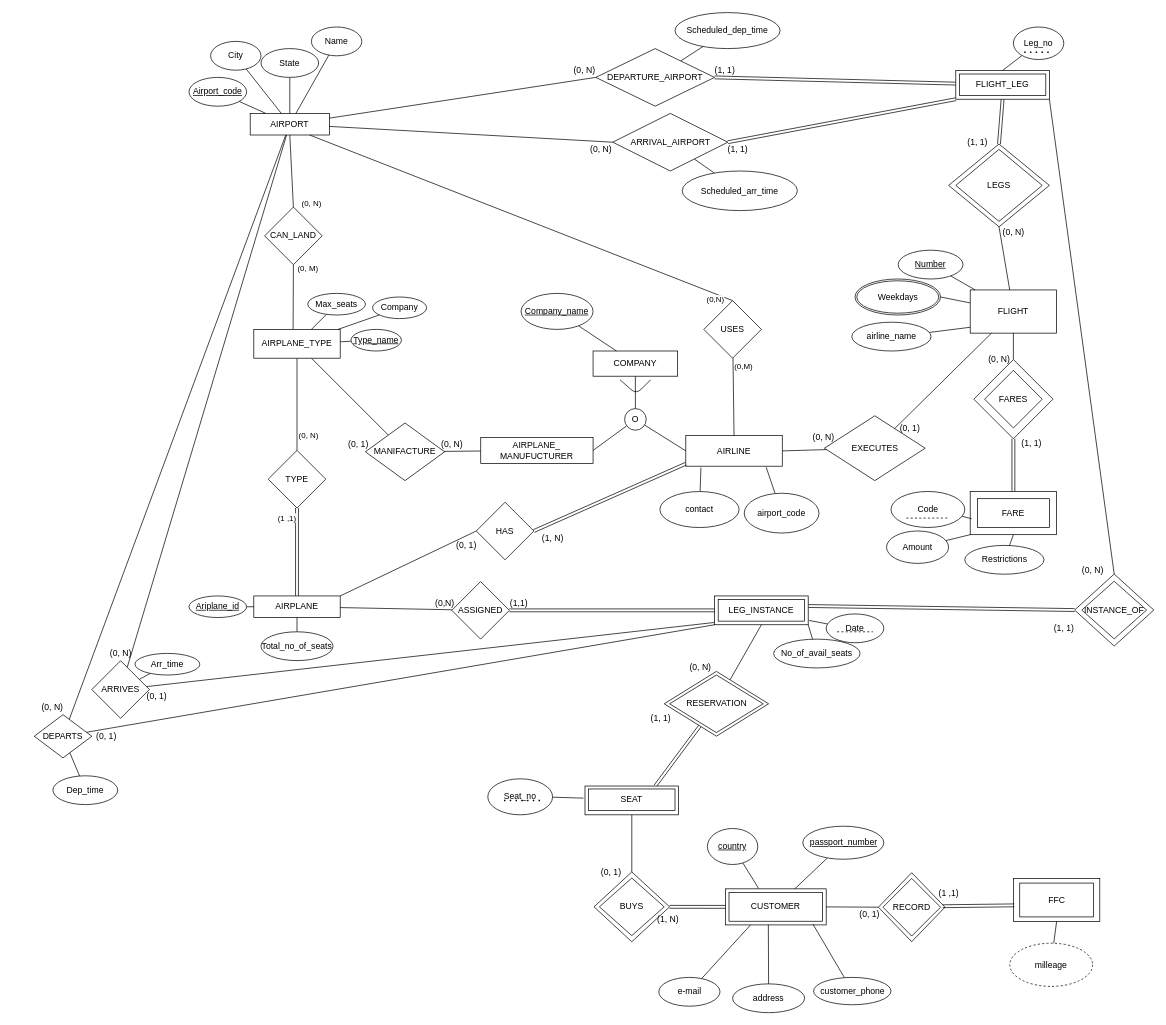
k4plumbaga/eer_diagram keeps this draw.io diagram as page "Page-1" (1 of 2) of Untitled Diagram.drawio. Above is the earlier version. Source tidied: cells renumbered, new cells numbered last; positions are measured from the earlier drawing's top-left corner, leaving out a move shared by most shapes. Both pictures are drawn from the tidied source at 72%, with x=0, y=0 at pixel (12, 12).
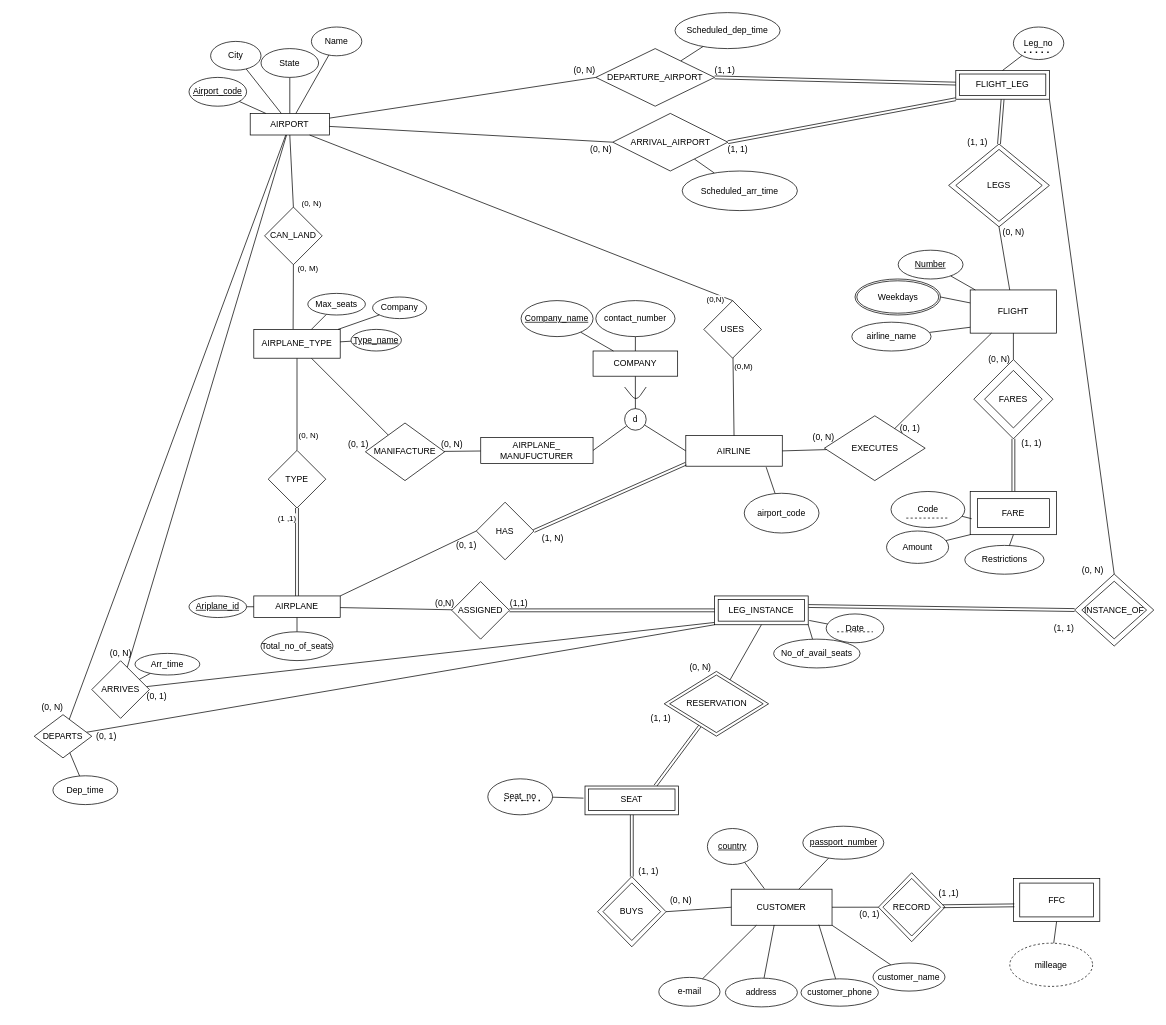
After the change.

The change refers to these unchanged cells:
```xml
<mxCell id="34" style="rounded=0;whiteSpace=wrap;html=1;shadow=0;sketch=0;fillColor=#FFFFFF;" parent="1" vertex="1">
  <mxGeometry x="795" y="1074.2" width="130" height="40" as="geometry" />
</mxCell>
<mxCell id="63" value="AIRLINE" style="rounded=0;whiteSpace=wrap;html=1;gradientColor=none;" parent="1" vertex="1">
  <mxGeometry x="935" y="587.5" width="134" height="42.5" as="geometry" />
</mxCell>
<mxCell id="71" style="group;" parent="1" vertex="1">
  <mxGeometry x="806.2" y="440" width="117.5" height="90" as="geometry" />
</mxCell>
<mxCell id="72" value="COMPANY" style="rounded=0;whiteSpace=wrap;html=1;gradientColor=none;" parent="71" vertex="1">
  <mxGeometry y="30" width="117.5" height="35" as="geometry" />
</mxCell>
```

What changed in the source:
```diff
@@
-    <mxCell id="4" style="rounded=0;whiteSpace=wrap;html=1;" parent="1" vertex="1">
-      <mxGeometry x="990" y="1217" width="140" height="50.1" as="geometry" />
+    <mxCell id="4" value="CUSTOMER" style="rounded=0;whiteSpace=wrap;html=1;" parent="1" vertex="1">
+      <mxGeometry x="998.1" y="1217.5" width="140" height="50.1" as="geometry" />
     </mxCell>
@@
-    <mxCell id="49" value="CUSTOMER" style="rounded=0;whiteSpace=wrap;html=1;" parent="1" vertex="1">
-      <mxGeometry x="995" y="1222" width="130" height="40" as="geometry" />
-    </mxCell>
-    <mxCell id="50" style="endArrow=none;html=1;entryX=0.5;entryY=1;entryDx=0;entryDy=0;exitX=0.5;exitY=0;exitDx=0;exitDy=0;" parent="1" edge="1" source="200" target="34">
-      <mxGeometry relative="1" as="geometry" />
-    </mxCell>
@@
-    <mxCell id="60" value="O" style="ellipse;whiteSpace=wrap;html=1;gradientColor=none;" parent="1" vertex="1">
+    <mxCell id="60" value="d" style="ellipse;whiteSpace=wrap;html=1;gradientColor=none;" parent="1" vertex="1">
       <mxGeometry x="850" y="550" width="30" height="30" as="geometry" />
     </mxCell>
@@
     <mxCell id="73" style="endArrow=none;html=1;" parent="71" edge="1">
       <mxGeometry relative="1" as="geometry">
-        <mxPoint x="37.5" y="70" as="sourcePoint" />
-        <mxPoint x="80" y="70" as="targetPoint" />
+        <mxPoint x="43.8" y="80" as="sourcePoint" />
+        <mxPoint x="73.8" y="80" as="targetPoint" />
         <Array as="points">
-          <mxPoint x="60" y="90" />
+          <mxPoint x="59.8" y="100" />
         </Array>
       </mxGeometry>
     </mxCell>
@@
     <mxCell id="75" value="&lt;u&gt;Company_name&lt;/u&gt;" style="ellipse;whiteSpace=wrap;html=1;gradientColor=none;" parent="1" vertex="1">
-      <mxGeometry x="706.2" y="390" width="100" height="50" as="geometry" />
+      <mxGeometry x="706.2" y="400" width="100" height="50" as="geometry" />
     </mxCell>
@@
-    <mxCell id="90" style="endArrow=none;html=1;exitX=0.157;exitY=1.047;exitDx=0;exitDy=0;exitPerimeter=0;" parent="1" edge="1" source="63" target="91">
+    <mxCell id="90" style="endArrow=none;html=1;exitX=0.5;exitY=0;exitDx=0;exitDy=0;" parent="1" edge="1" source="72" target="91">
       <mxGeometry relative="1" as="geometry" />
     </mxCell>
-    <mxCell id="91" value="contact" style="ellipse;whiteSpace=wrap;html=1;gradientColor=none;" parent="1" vertex="1">
-      <mxGeometry x="899" y="665.2" width="110" height="50" as="geometry" />
+    <mxCell id="91" value="contact_number" style="ellipse;whiteSpace=wrap;html=1;gradientColor=none;" parent="1" vertex="1">
+      <mxGeometry x="810" y="400" width="110" height="50" as="geometry" />
     </mxCell>
@@
-    <mxCell id="101" style="shape=link;html=1;entryX=0;entryY=0.5;entryDx=0;entryDy=0;exitX=1;exitY=0.5;exitDx=0;exitDy=0;" parent="1" edge="1" source="200" target="4">
-      <mxGeometry relative="1" as="geometry" />
-    </mxCell>
@@
     <mxCell id="104" value="address" style="ellipse;whiteSpace=wrap;html=1;gradientColor=none;" parent="1" vertex="1">
-      <mxGeometry x="1000" y="1349" width="100" height="40" as="geometry" />
+      <mxGeometry x="990" y="1341" width="100" height="40" as="geometry" />
     </mxCell>
     <mxCell id="105" value="customer_phone" style="ellipse;whiteSpace=wrap;html=1;gradientColor=none;" parent="1" vertex="1">
-      <mxGeometry x="1112.5" y="1340" width="107.5" height="38" as="geometry" />
+      <mxGeometry x="1095" y="1342" width="107.5" height="38" as="geometry" />
     </mxCell>
@@
-    <mxCell id="199" style="group;" parent="1" vertex="1">
-      <mxGeometry x="807.5" y="1184.2" width="127.5" height="106.3" as="geometry" />
-    </mxCell>
-    <mxCell id="200" style="rhombus;whiteSpace=wrap;html=1;gradientColor=none;" parent="199" vertex="1">
-      <mxGeometry y="9.3" width="105" height="97" as="geometry" />
-    </mxCell>
+    <mxCell id="204" style="group;" parent="1" vertex="1">
+      <mxGeometry x="812.5" y="1200" width="95" height="97.5" as="geometry" />
+    </mxCell>
+    <mxCell id="205" style="rhombus;whiteSpace=wrap;html=1;" parent="204" vertex="1">
+      <mxGeometry width="95" height="97.5" as="geometry" />
+    </mxCell>
-    <mxCell id="201" value="BUYS" style="rhombus;whiteSpace=wrap;html=1;" parent="199" vertex="1">
-      <mxGeometry x="7.5" y="17.8" width="90" height="80" as="geometry" />
+    <mxCell id="201" value="BUYS" style="rhombus;whiteSpace=wrap;html=1;rotation=0;" parent="204" vertex="1">
+      <mxGeometry x="7.5" y="8.7" width="80" height="80" as="geometry" />
     </mxCell>
-    <mxCell id="202" value="(0, 1)" style="text;html=1;align=center;verticalAlign=middle;" parent="199" vertex="1">
-      <mxGeometry x="3.8" width="40" height="20" as="geometry" />
-    </mxCell>
-    <mxCell id="203" value="(1, N)" style="text;html=1;align=center;verticalAlign=middle;" parent="199" vertex="1">
-      <mxGeometry x="77.5" y="65.9" width="50" height="20" as="geometry" />
-    </mxCell>
+    <mxCell id="206" style="shape=link;html=1;entryX=0.5;entryY=1;entryDx=0;entryDy=0;exitX=0.5;exitY=0;exitDx=0;exitDy=0;" parent="1" edge="1" source="205" target="34">
+      <mxGeometry relative="1" as="geometry" />
+    </mxCell>
+    <mxCell id="207" style="endArrow=none;html=1;exitX=1;exitY=0.5;exitDx=0;exitDy=0;entryX=0;entryY=0.5;entryDx=0;entryDy=0;" parent="1" edge="1" source="205" target="4">
+      <mxGeometry relative="1" as="geometry" />
+    </mxCell>
+    <mxCell id="208" value="(1, 1)" style="text;html=1;align=center;verticalAlign=middle;" parent="1" vertex="1">
+      <mxGeometry x="862.5" y="1183.2" width="40" height="20" as="geometry" />
+    </mxCell>
+    <mxCell id="209" value="(0, N)" style="text;html=1;align=center;verticalAlign=middle;" parent="1" vertex="1">
+      <mxGeometry x="902.5" y="1222.5" width="50" height="20" as="geometry" />
+    </mxCell>
+    <mxCell id="210" style="endArrow=none;html=1;entryX=1;entryY=1;entryDx=0;entryDy=0;" parent="1" edge="1" source="211" target="4">
+      <mxGeometry relative="1" as="geometry" />
+    </mxCell>
+    <mxCell id="211" value="customer_name" style="ellipse;whiteSpace=wrap;html=1;" parent="1" vertex="1">
+      <mxGeometry x="1195" y="1320" width="100" height="39" as="geometry" />
+    </mxCell>
```
